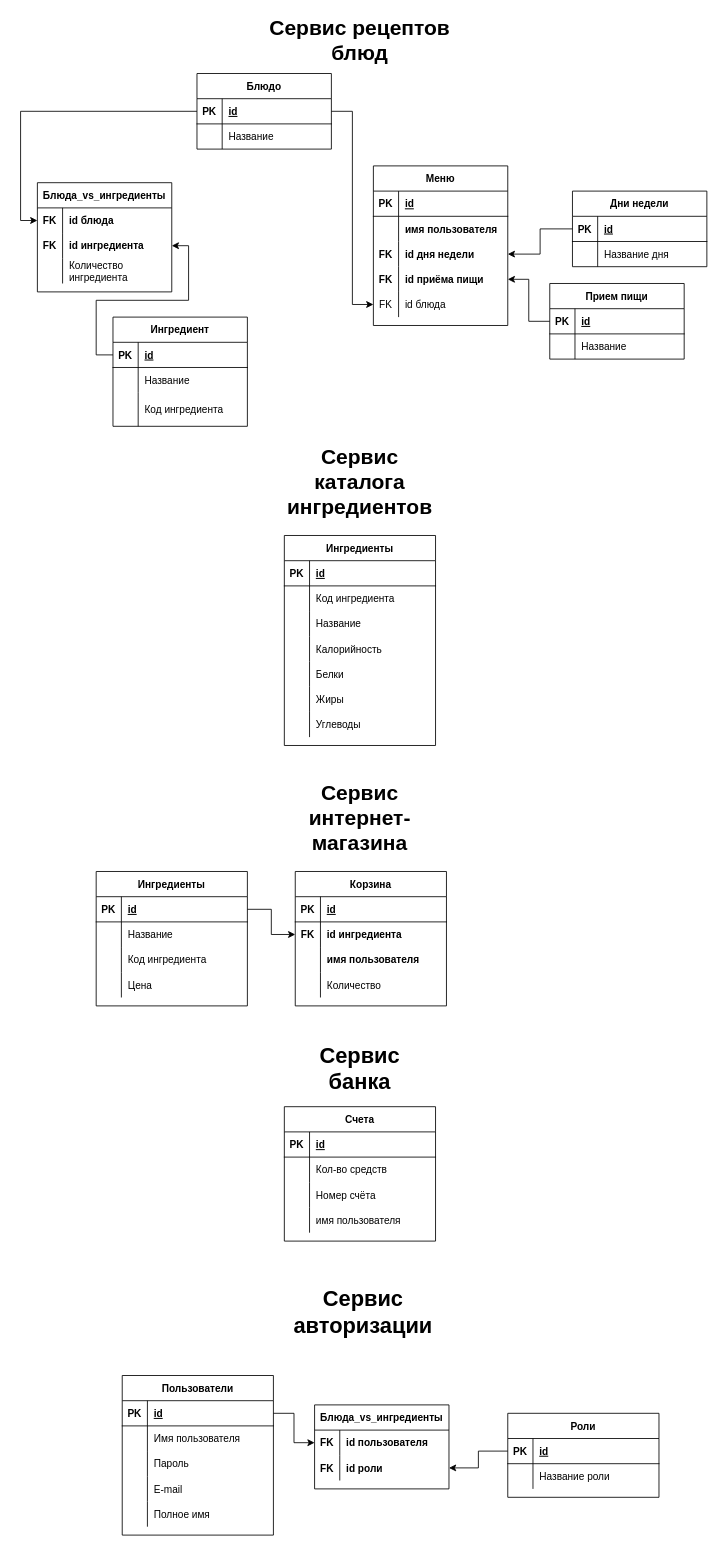
Above: otherFiles/SOA.drawio in Shahnovski/ProjectSOA (draw.io), before the change. Source tidied: cells renumbered, new cells numbered last; positions are measured from the earlier drawing's top-left corner, leaving out a move shared by most shapes. Both pictures are drawn from the tidied source at 84%, with x=0, y=0 at pixel (37, 14).
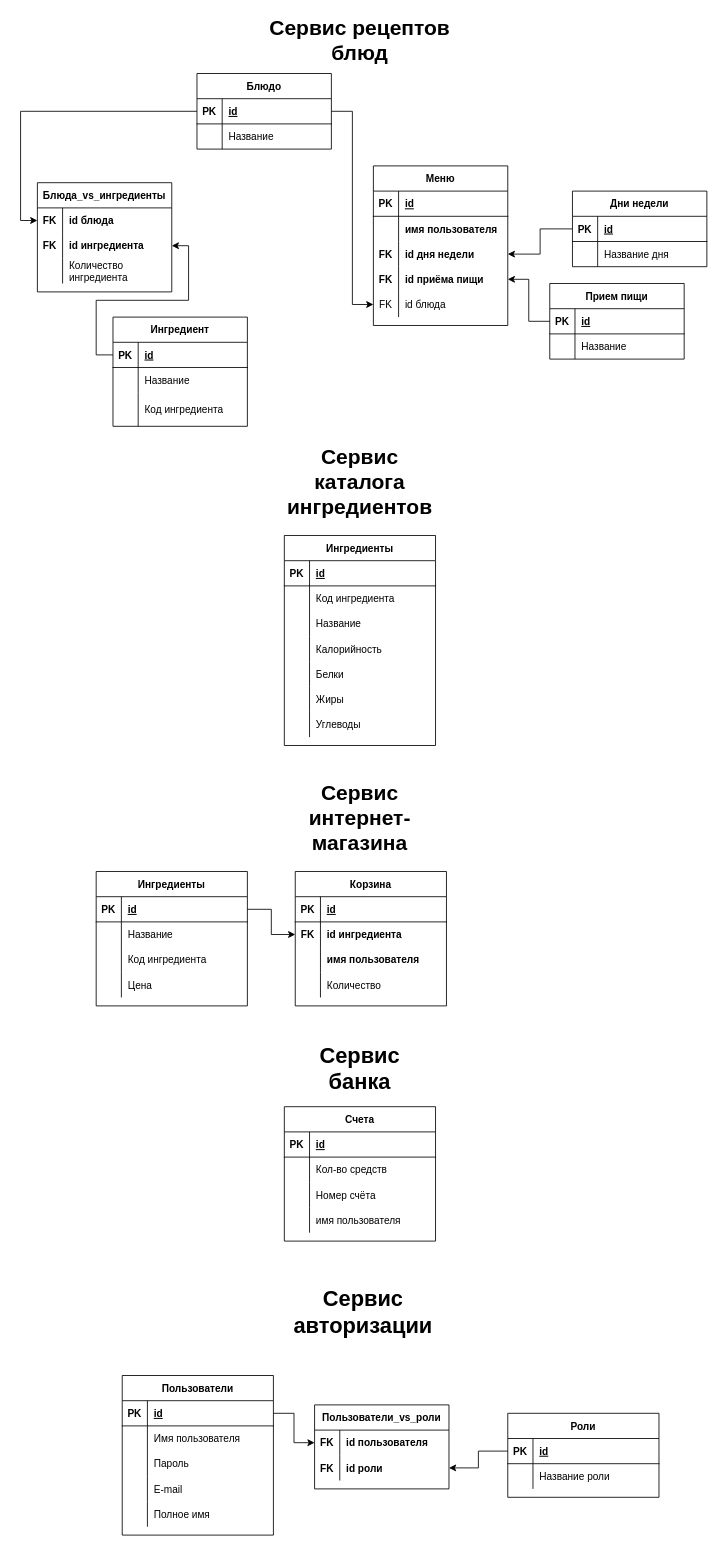
Above is the later version.

Commit message:
Fixed user_vs_roles table name

The edit, as a diff of the source:
```diff
@@
-    <mxCell id="150" value="Блюда_vs_ингредиенты" style="shape=table;startSize=30;childLayout=tableLayout;rowLines=0;fontStyle=1;align=center;" parent="1" vertex="1">
+    <mxCell id="150" value="Пользователи_vs_роли" style="shape=table;startSize=30;childLayout=tableLayout;rowLines=0;fontStyle=1;align=center;" parent="1" vertex="1">
       <mxGeometry x="330" y="1655" width="160" height="100" as="geometry" />
     </mxCell>
```
